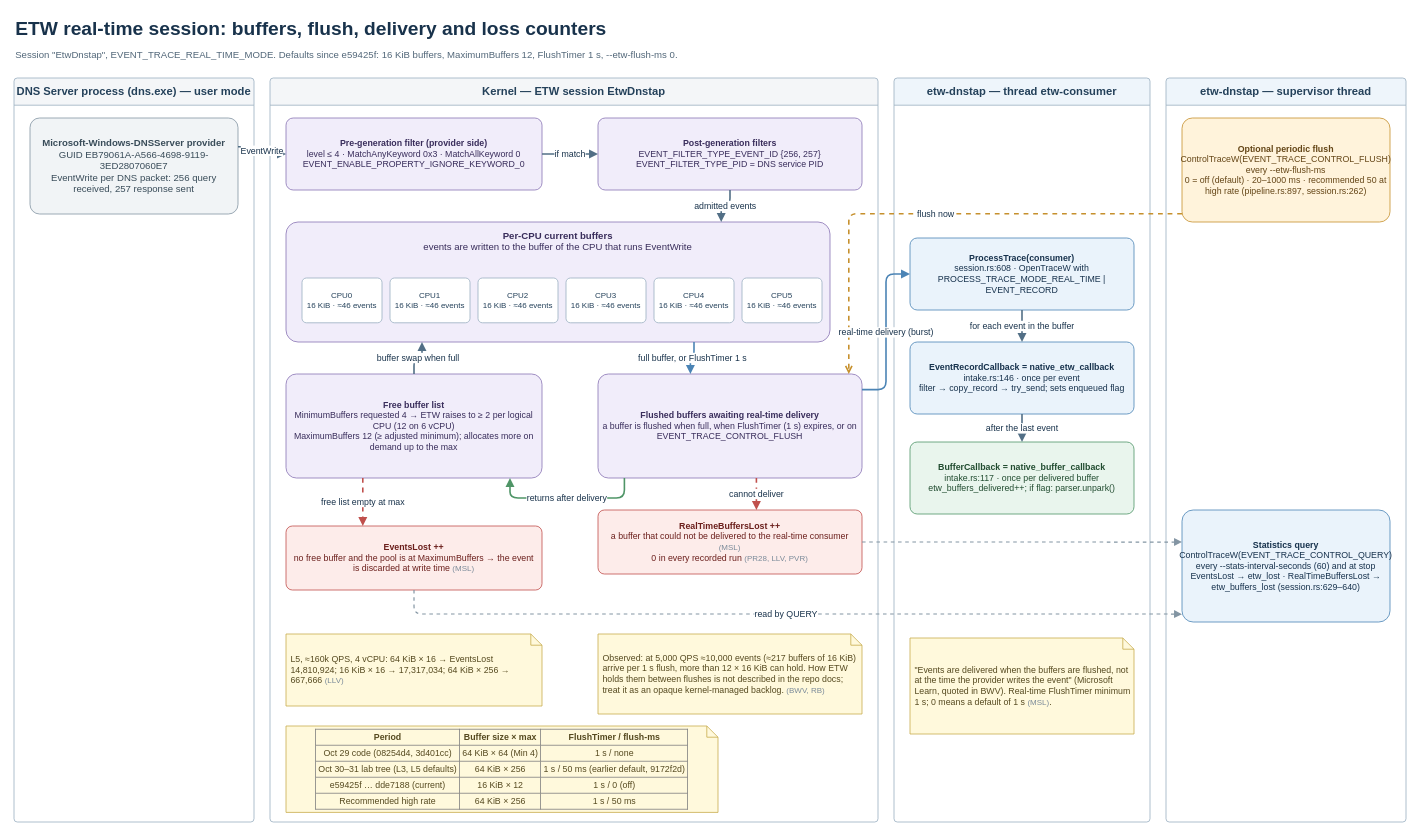
Above: page "2 ETW session buffers" (2 of 10) of docs/history/diagrams/loss-solutioning.drawio in miketheitguy/etw-dnstap (draw.io), before the change. Source tidied: cells renumbered, new cells numbered last; positions are measured from the earlier drawing's top-left corner, leaving out a move shared by most shapes. Both pictures are drawn from the tidied source at 80%, with x=0, y=0 at pixel (14, 14).
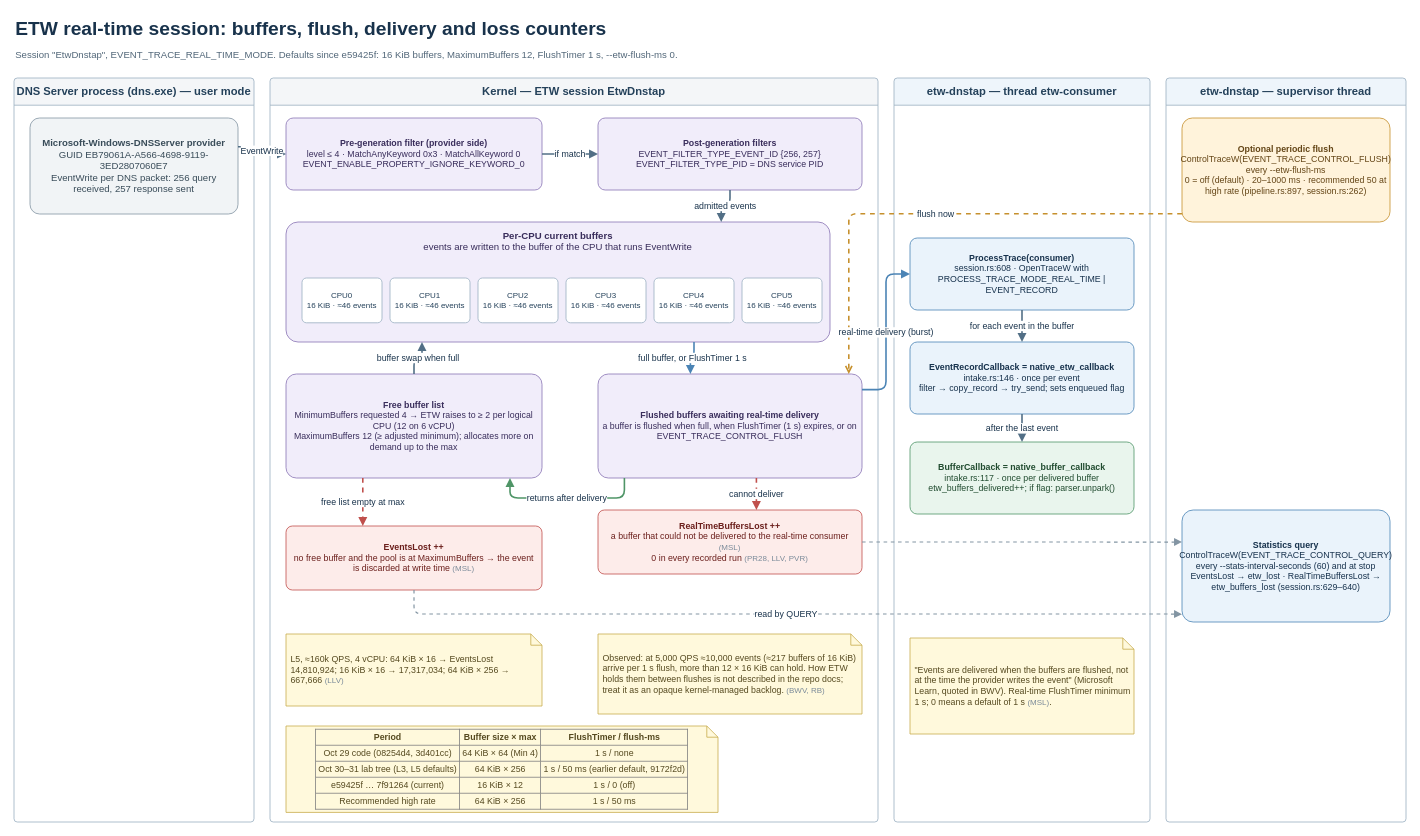
The same page after the edit.

Diff of the diagram source:
```diff
@@
-    <mxCell id="24" value="&lt;table border=&quot;1&quot; cellpadding=&quot;3&quot; style=&quot;border-collapse:collapse;font-size:11px;&quot;&gt;&lt;tr&gt;&lt;th&gt;Period&lt;/th&gt;&lt;th&gt;Buffer size × max&lt;/th&gt;&lt;th&gt;FlushTimer / flush-ms&lt;/th&gt;&lt;/tr&gt;&lt;tr&gt;&lt;td&gt;Oct 29 code (08254d4, 3d401cc)&lt;/td&gt;&lt;td&gt;64 KiB × 64 (Min 4)&lt;/td&gt;&lt;td&gt;1 s / none&lt;/td&gt;&lt;/tr&gt;&lt;tr&gt;&lt;td&gt;Oct 30–31 lab tree (L3, L5 defaults)&lt;/td&gt;&lt;td&gt;64 KiB × 256&lt;/td&gt;&lt;td&gt;1 s / 50 ms (earlier default, 9172f2d)&lt;/td&gt;&lt;/tr&gt;&lt;tr&gt;&lt;td&gt;e59425f … dde7188 (current)&lt;/td&gt;&lt;td&gt;16 KiB × 12&lt;/td&gt;&lt;td&gt;1 s / 0 (off)&lt;/td&gt;&lt;/tr&gt;&lt;tr&gt;&lt;td&gt;Recommended high rate&lt;/td&gt;&lt;td&gt;64 KiB × 256&lt;/td&gt;&lt;td&gt;1 s / 50 ms&lt;/td&gt;&lt;/tr&gt;&lt;/table&gt;" style="shape=note;size=14;rounded=1;arcSize=10;whiteSpace=wrap;html=1;fillColor=#fff9dc;strokeColor=#c8ad4f;fontColor=#55491f;fontSize=11;fontStyle=0;align=center;verticalAlign=middle;spacing=6;strokeWidth=1;" parent="1" vertex="1">
+    <mxCell id="24" value="&lt;table border=&quot;1&quot; cellpadding=&quot;3&quot; style=&quot;border-collapse:collapse;font-size:11px;&quot;&gt;&lt;tr&gt;&lt;th&gt;Period&lt;/th&gt;&lt;th&gt;Buffer size × max&lt;/th&gt;&lt;th&gt;FlushTimer / flush-ms&lt;/th&gt;&lt;/tr&gt;&lt;tr&gt;&lt;td&gt;Oct 29 code (08254d4, 3d401cc)&lt;/td&gt;&lt;td&gt;64 KiB × 64 (Min 4)&lt;/td&gt;&lt;td&gt;1 s / none&lt;/td&gt;&lt;/tr&gt;&lt;tr&gt;&lt;td&gt;Oct 30–31 lab tree (L3, L5 defaults)&lt;/td&gt;&lt;td&gt;64 KiB × 256&lt;/td&gt;&lt;td&gt;1 s / 50 ms (earlier default, 9172f2d)&lt;/td&gt;&lt;/tr&gt;&lt;tr&gt;&lt;td&gt;e59425f … 7f91264 (current)&lt;/td&gt;&lt;td&gt;16 KiB × 12&lt;/td&gt;&lt;td&gt;1 s / 0 (off)&lt;/td&gt;&lt;/tr&gt;&lt;tr&gt;&lt;td&gt;Recommended high rate&lt;/td&gt;&lt;td&gt;64 KiB × 256&lt;/td&gt;&lt;td&gt;1 s / 50 ms&lt;/td&gt;&lt;/tr&gt;&lt;/table&gt;" style="shape=note;size=14;rounded=1;arcSize=10;whiteSpace=wrap;html=1;fillColor=#fff9dc;strokeColor=#c8ad4f;fontColor=#55491f;fontSize=11;fontStyle=0;align=center;verticalAlign=middle;spacing=6;strokeWidth=1;" parent="1" vertex="1">
       <mxGeometry x="340" y="890" width="540" height="108" as="geometry" />
     </mxCell>
```
